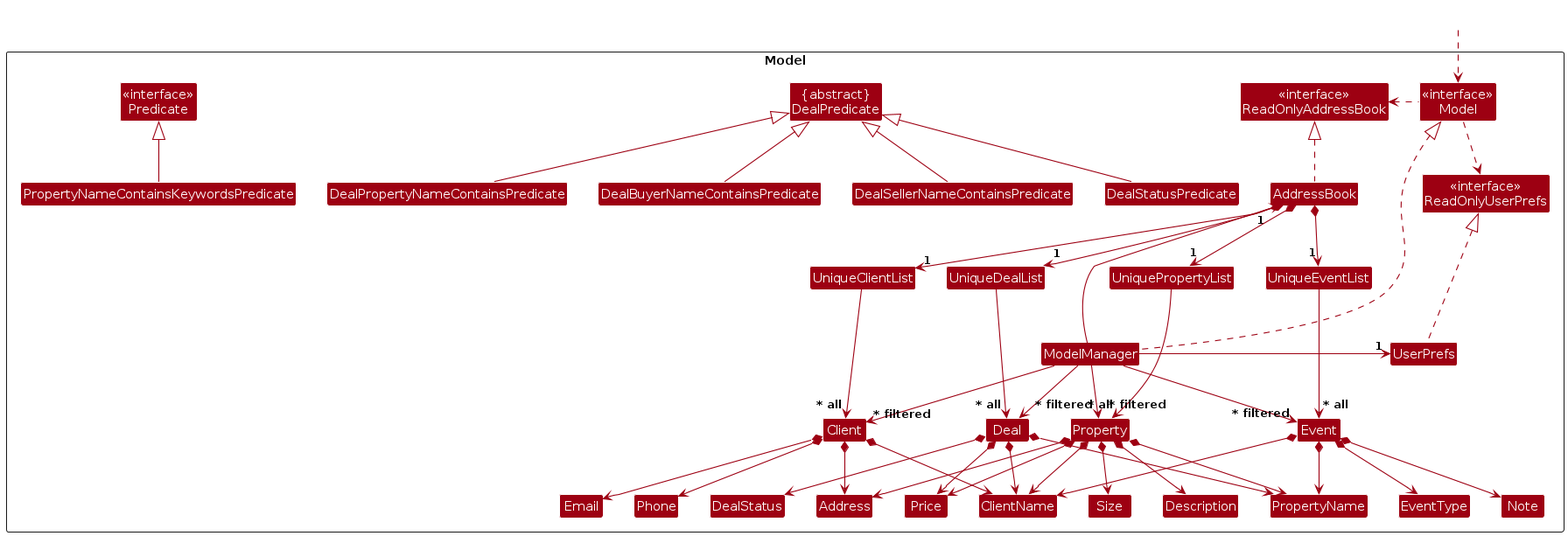
This is diagrams/ModelClassDiagram.png from githubcsuser/tp, a PlantUML export, as it was before one commit. Its source is kept beside it as diagrams/ModelClassDiagram.puml.
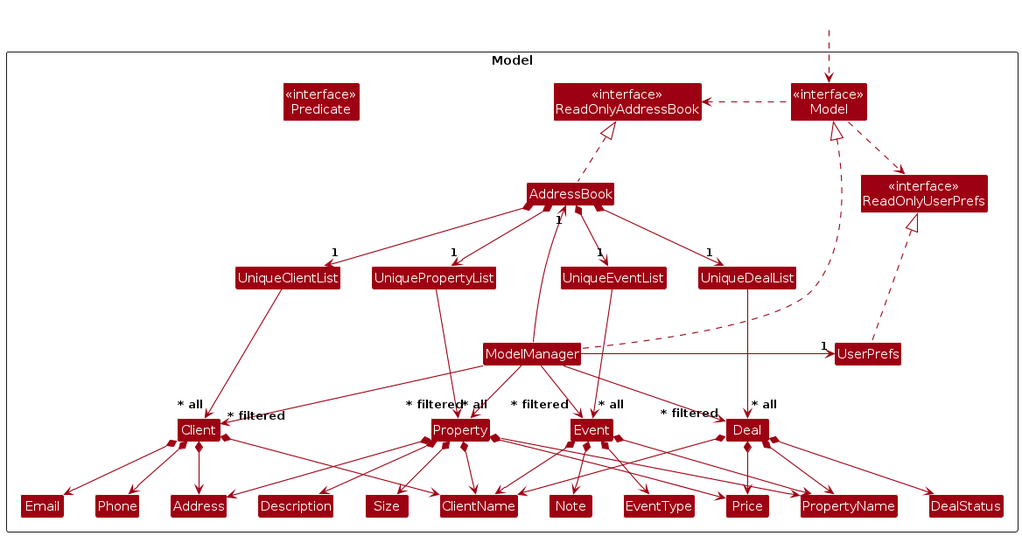
Later version of the same file.

The edit, as a diff of the source:
```diff
@@ -11,7 +11,6 @@
 Class "<<interface>>\nPredicate" as Predicate
 Class AddressBook
 Class ModelManager
-Class PropertyNameContainsKeywordsPredicate
 Class UserPrefs
 
 Class UniqueClientList
@@ -24,11 +23,6 @@
 Class UniqueDealList
 Class Deal
 Class DealStatus
-Class "{abstract}\nDealPredicate" as DealPredicate
-Class DealPropertyNameContainsPredicate
-Class DealBuyerNameContainsPredicate
-Class DealSellerNameContainsPredicate
-Class DealStatusPredicate
 
 Class UniqueEventList
 Class Event
@@ -55,7 +49,6 @@
 Model .left.> ReadOnlyAddressBook
 ModelManager -left-> "1" AddressBook
 ModelManager -right-> "1" UserPrefs
-PropertyNameContainsKeywordsPredicate -up-|> Predicate
 UserPrefs .up.|> ReadOnlyUserPrefs
 
 AddressBook *--> "1" UniqueClientList
@@ -74,11 +67,6 @@
 Deal *--> ClientName
 Deal *--> PropertyName
 Deal *--> Price
-
-DealPropertyNameContainsPredicate -up-|> DealPredicate
-DealBuyerNameContainsPredicate -up-|> DealPredicate
-DealSellerNameContainsPredicate -up-|> DealPredicate
-DealStatusPredicate -up-|> DealPredicate
 
 UniqueEventList ---> "~* all" Event
 Event *--> EventType
```
